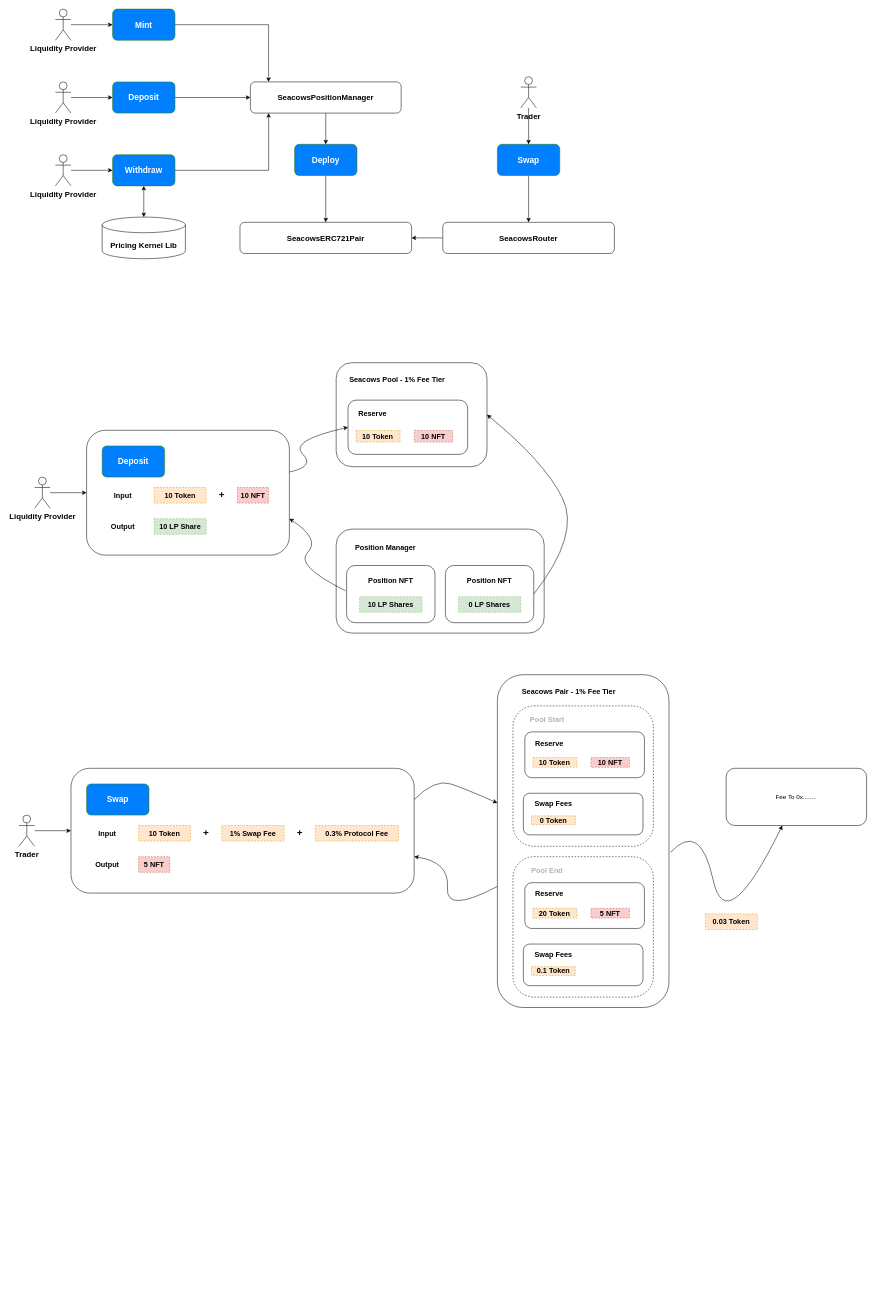
Above: Untitled Diagram.drawio in yolominds/seacows-amm-drawio-flow (draw.io), before the change. Source tidied: cells renumbered, new cells numbered last; positions are measured from the earlier drawing's top-left corner, leaving out a move shared by most shapes. Both pictures are drawn from the tidied source at 52%, with x=0, y=0 at pixel (19, 9).
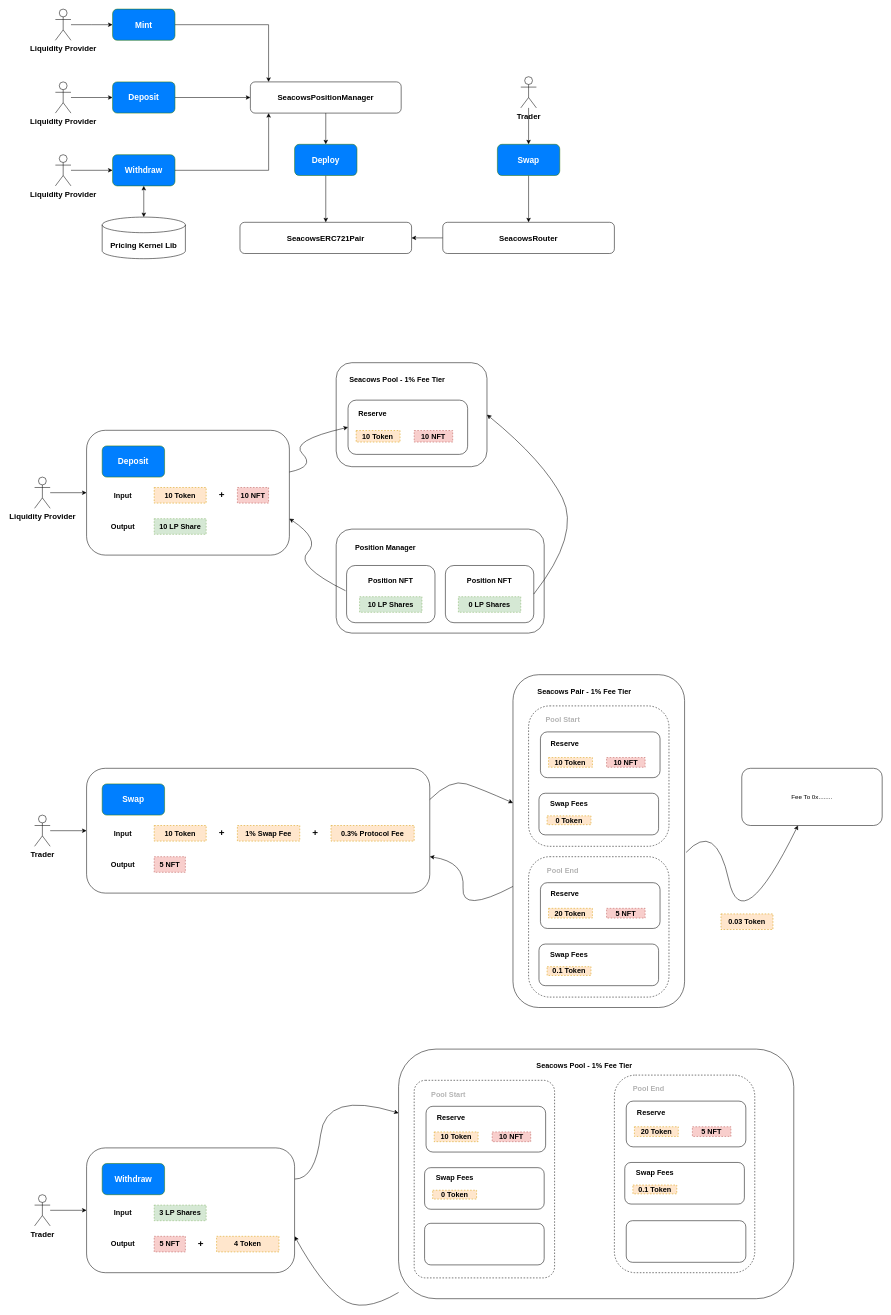
The same page after the edit.

The edit, as a diff of the source:
```diff
@@
     <mxCell id="62" style="group;" parent="1" vertex="1">
-      <mxGeometry y="1280" width="1630" height="640" as="geometry" />
+      <mxGeometry x="30" y="1280" width="1630" height="640" as="geometry" />
     </mxCell>
@@
+    <mxCell id="107" value="Trader" style="shape=umlActor;verticalLabelPosition=bottom;verticalAlign=top;html=1;outlineConnect=0;fontStyle=1;fontSize=15;" parent="1" vertex="1">
+      <mxGeometry x="30" y="2280" width="30" height="60" as="geometry" />
+    </mxCell>
+    <mxCell id="108" style="edgeStyle=orthogonalEdgeStyle;rounded=0;jettySize=auto;html=1;entryX=0;entryY=0.5;entryDx=0;entryDy=0;" parent="1" edge="1" source="107" target="111">
+      <mxGeometry relative="1" as="geometry" />
+    </mxCell>
+    <mxCell id="109" style="curved=1;endArrow=classic;html=1;rounded=0;entryX=1;entryY=0.708;entryDx=0;entryDy=0;entryPerimeter=0;" parent="1" edge="1" source="119" target="111">
+      <mxGeometry relative="1" as="geometry">
+        <Array as="points">
+          <mxPoint x="660" y="2510" />
+          <mxPoint x="580" y="2450" />
+        </Array>
+      </mxGeometry>
+    </mxCell>
+    <mxCell id="110" style="curved=1;endArrow=classic;html=1;rounded=0;exitX=1;exitY=0.25;exitDx=0;exitDy=0;" parent="1" edge="1" source="111" target="119">
+      <mxGeometry relative="1" as="geometry">
+        <Array as="points">
+          <mxPoint x="570" y="2250" />
+          <mxPoint x="590" y="2080" />
+        </Array>
+      </mxGeometry>
+    </mxCell>
+    <mxCell id="111" style="rounded=1;whiteSpace=wrap;html=1;" parent="1" vertex="1">
+      <mxGeometry x="130" y="2190" width="400" height="240" as="geometry" />
+    </mxCell>
+    <mxCell id="112" value="&lt;b&gt;&lt;font style=&quot;font-size: 16px;&quot;&gt;Withdraw&lt;br&gt;&lt;/font&gt;&lt;/b&gt;" style="rounded=1;whiteSpace=wrap;html=1;fillColor=#007FFF;strokeColor=#2D7600;fontColor=#FFFFFF;" parent="1" vertex="1">
+      <mxGeometry x="160" y="2220" width="120" height="60" as="geometry" />
+    </mxCell>
+    <mxCell id="113" value="Input" style="text;html=1;strokeColor=none;fillColor=none;align=center;verticalAlign=middle;whiteSpace=wrap;rounded=0;fontStyle=1;fontSize=14;" parent="1" vertex="1">
+      <mxGeometry x="170" y="2300" width="60" height="30" as="geometry" />
+    </mxCell>
+    <mxCell id="114" value="Output" style="text;html=1;strokeColor=none;fillColor=none;align=center;verticalAlign=middle;whiteSpace=wrap;rounded=0;fontStyle=1;fontSize=14;" parent="1" vertex="1">
+      <mxGeometry x="170" y="2360" width="60" height="30" as="geometry" />
+    </mxCell>
+    <mxCell id="115" value="3 LP Shares" style="text;html=1;strokeColor=#82b366;fillColor=#d5e8d4;align=center;verticalAlign=middle;whiteSpace=wrap;rounded=0;labelBorderColor=none;dashed=1;fontStyle=1;fontSize=14;" parent="1" vertex="1">
+      <mxGeometry x="260" y="2300" width="100" height="30" as="geometry" />
+    </mxCell>
+    <mxCell id="116" value="+" style="text;html=1;strokeColor=none;fillColor=none;align=center;verticalAlign=middle;whiteSpace=wrap;rounded=0;fontStyle=1;fontSize=19;" parent="1" vertex="1">
+      <mxGeometry x="320" y="2360" width="60" height="30" as="geometry" />
+    </mxCell>
+    <mxCell id="117" value="4 Token" style="text;html=1;strokeColor=#d79b00;fillColor=#ffe6cc;align=center;verticalAlign=middle;whiteSpace=wrap;rounded=0;labelBorderColor=none;dashed=1;fontStyle=1;fontSize=14;" parent="1" vertex="1">
+      <mxGeometry x="380" y="2360" width="120" height="30" as="geometry" />
+    </mxCell>
+    <mxCell id="118" value="5 NFT" style="text;html=1;align=center;verticalAlign=middle;whiteSpace=wrap;rounded=0;fillColor=#f8cecc;strokeColor=#b85450;dashed=1;fontStyle=1;fontSize=14;" parent="1" vertex="1">
+      <mxGeometry x="260" y="2360" width="60" height="30" as="geometry" />
+    </mxCell>
+    <mxCell id="119" style="rounded=1;whiteSpace=wrap;html=1;" parent="1" vertex="1">
+      <mxGeometry x="730" y="2000" width="760" height="480" as="geometry" />
+    </mxCell>
+    <mxCell id="120" value="Seacows Pool - 1% Fee Tier" style="text;html=1;strokeColor=none;fillColor=none;align=center;verticalAlign=middle;whiteSpace=wrap;rounded=0;fontStyle=1;fontSize=14;" parent="1" vertex="1">
+      <mxGeometry x="970" y="2020" width="234.8" height="24" as="geometry" />
+    </mxCell>
+    <mxCell id="121" style="rounded=1;whiteSpace=wrap;html=1;dashed=1;arcSize=8;" parent="1" vertex="1">
+      <mxGeometry x="760" y="2060" width="270" height="380" as="geometry" />
+    </mxCell>
+    <mxCell id="122" value="Pool Start" style="text;html=1;strokeColor=none;fillColor=none;align=center;verticalAlign=middle;whiteSpace=wrap;rounded=0;fontStyle=1;fontSize=14;fontColor=#B3B3B3;" parent="1" vertex="1">
+      <mxGeometry x="780" y="2077.7" width="91.5" height="18.7" as="geometry" />
+    </mxCell>
+    <mxCell id="123" style="rounded=1;whiteSpace=wrap;html=1;" parent="1" vertex="1">
+      <mxGeometry x="782.8" y="2110" width="230" height="88" as="geometry" />
+    </mxCell>
+    <mxCell id="124" value="10 Token" style="text;html=1;strokeColor=#d79b00;fillColor=#ffe6cc;align=center;verticalAlign=middle;whiteSpace=wrap;rounded=0;labelBorderColor=none;dashed=1;fontStyle=1;fontSize=14;" parent="1" vertex="1">
+      <mxGeometry x="798.5" y="2159.3" width="84.4" height="18.7" as="geometry" />
+    </mxCell>
+    <mxCell id="125" value="10 NFT" style="text;html=1;align=center;verticalAlign=middle;whiteSpace=wrap;rounded=0;fillColor=#f8cecc;strokeColor=#b85450;dashed=1;fontStyle=1;fontSize=14;" parent="1" vertex="1">
+      <mxGeometry x="910" y="2159.3" width="74.1" height="18.7" as="geometry" />
+    </mxCell>
+    <mxCell id="126" value="Reserve" style="text;html=1;strokeColor=none;fillColor=none;align=center;verticalAlign=middle;whiteSpace=wrap;rounded=0;fontStyle=1;fontSize=14;" parent="1" vertex="1">
+      <mxGeometry x="798.5" y="2122.6" width="64.4" height="18.7" as="geometry" />
+    </mxCell>
+    <mxCell id="127" style="rounded=1;whiteSpace=wrap;html=1;" parent="1" vertex="1">
+      <mxGeometry x="780" y="2228" width="230" height="80" as="geometry" />
+    </mxCell>
+    <mxCell id="128" value="0 Token" style="text;html=1;strokeColor=#d79b00;fillColor=#ffe6cc;align=center;verticalAlign=middle;whiteSpace=wrap;rounded=0;labelBorderColor=none;dashed=1;fontStyle=1;fontSize=14;" parent="1" vertex="1">
+      <mxGeometry x="795.6" y="2271.4" width="84.4" height="17" as="geometry" />
+    </mxCell>
+    <mxCell id="129" value="Swap Fees" style="text;html=1;strokeColor=none;fillColor=none;align=center;verticalAlign=middle;whiteSpace=wrap;rounded=0;fontStyle=1;fontSize=14;" parent="1" vertex="1">
+      <mxGeometry x="795.6" y="2239.5" width="84.4" height="17" as="geometry" />
+    </mxCell>
+    <mxCell id="130" style="rounded=1;whiteSpace=wrap;html=1;dashed=1;" parent="1" vertex="1">
+      <mxGeometry x="1145" y="2050" width="270" height="380" as="geometry" />
+    </mxCell>
+    <mxCell id="131" value="Pool End" style="text;html=1;strokeColor=none;fillColor=none;align=center;verticalAlign=middle;whiteSpace=wrap;rounded=0;fontStyle=1;fontSize=14;fontColor=#B3B3B3;" parent="1" vertex="1">
+      <mxGeometry x="1165" y="2067.7" width="91.5" height="18.7" as="geometry" />
+    </mxCell>
+    <mxCell id="132" style="rounded=1;whiteSpace=wrap;html=1;" parent="1" vertex="1">
+      <mxGeometry x="1167.8" y="2100" width="230" height="88" as="geometry" />
+    </mxCell>
+    <mxCell id="133" value="20 Token" style="text;html=1;strokeColor=#d79b00;fillColor=#ffe6cc;align=center;verticalAlign=middle;whiteSpace=wrap;rounded=0;labelBorderColor=none;dashed=1;fontStyle=1;fontSize=14;" parent="1" vertex="1">
+      <mxGeometry x="1183.5" y="2149.3" width="84.4" height="18.7" as="geometry" />
+    </mxCell>
+    <mxCell id="134" value="5 NFT" style="text;html=1;align=center;verticalAlign=middle;whiteSpace=wrap;rounded=0;fillColor=#f8cecc;strokeColor=#b85450;dashed=1;fontStyle=1;fontSize=14;" parent="1" vertex="1">
+      <mxGeometry x="1295" y="2149.3" width="74.1" height="18.7" as="geometry" />
+    </mxCell>
+    <mxCell id="135" value="Reserve" style="text;html=1;strokeColor=none;fillColor=none;align=center;verticalAlign=middle;whiteSpace=wrap;rounded=0;fontStyle=1;fontSize=14;" parent="1" vertex="1">
+      <mxGeometry x="1183.5" y="2112.6" width="64.4" height="18.7" as="geometry" />
+    </mxCell>
+    <mxCell id="136" style="rounded=1;whiteSpace=wrap;html=1;" parent="1" vertex="1">
+      <mxGeometry x="1165" y="2218" width="230" height="80" as="geometry" />
+    </mxCell>
+    <mxCell id="137" value="0.1 Token" style="text;html=1;strokeColor=#d79b00;fillColor=#ffe6cc;align=center;verticalAlign=middle;whiteSpace=wrap;rounded=0;labelBorderColor=none;dashed=1;fontStyle=1;fontSize=14;" parent="1" vertex="1">
+      <mxGeometry x="1180.6" y="2261.4" width="84.4" height="17" as="geometry" />
+    </mxCell>
+    <mxCell id="138" value="Swap Fees" style="text;html=1;strokeColor=none;fillColor=none;align=center;verticalAlign=middle;whiteSpace=wrap;rounded=0;fontStyle=1;fontSize=14;" parent="1" vertex="1">
+      <mxGeometry x="1180.6" y="2229.5" width="84.4" height="17" as="geometry" />
+    </mxCell>
+    <mxCell id="139" style="rounded=1;whiteSpace=wrap;html=1;" parent="1" vertex="1">
+      <mxGeometry x="780" y="2335" width="230" height="80" as="geometry" />
+    </mxCell>
+    <mxCell id="140" style="rounded=1;whiteSpace=wrap;html=1;" parent="1" vertex="1">
+      <mxGeometry x="1167.8" y="2330" width="230" height="80" as="geometry" />
+    </mxCell>
```
